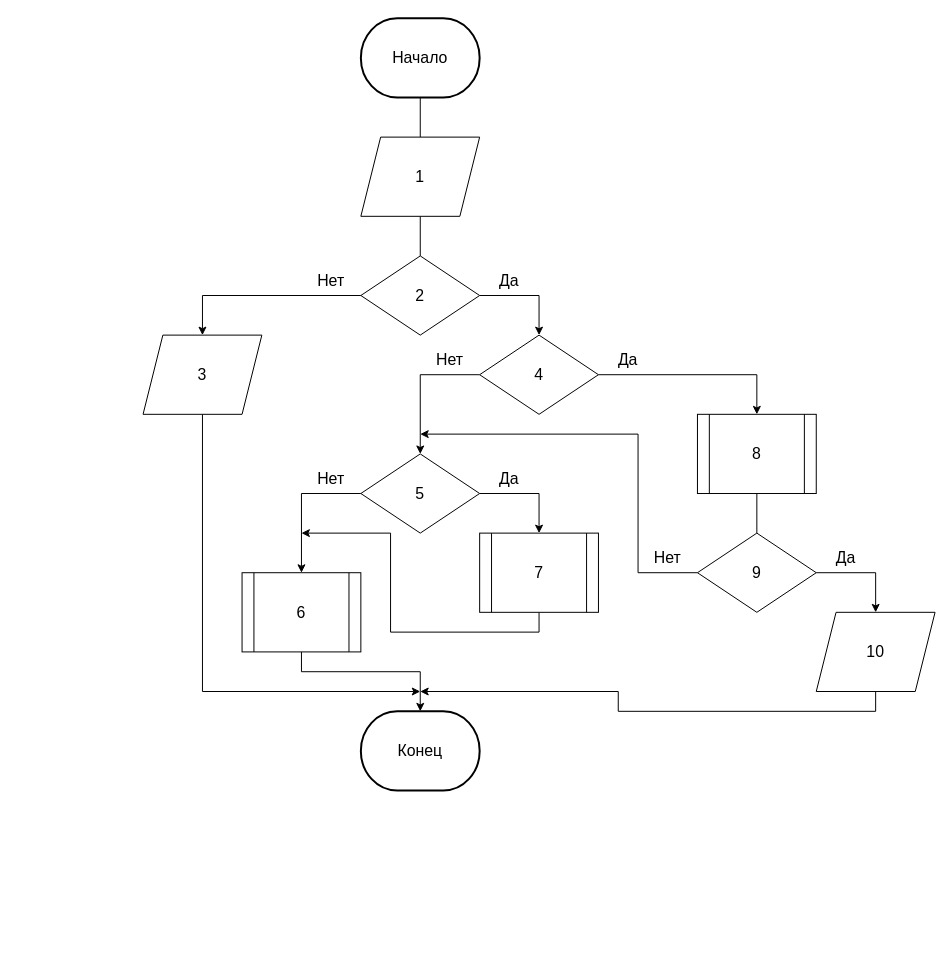
Earlier version of the draw.io diagram блок-схемы/рисунок 15.drawio (ZakharTS/kpo_course). Source tidied: cells renumbered, new cells numbered last; positions are measured from the earlier drawing's top-left corner, leaving out a move shared by most shapes. Both pictures are drawn from the tidied source at 99%, with x=0, y=0 at pixel (143, 18).
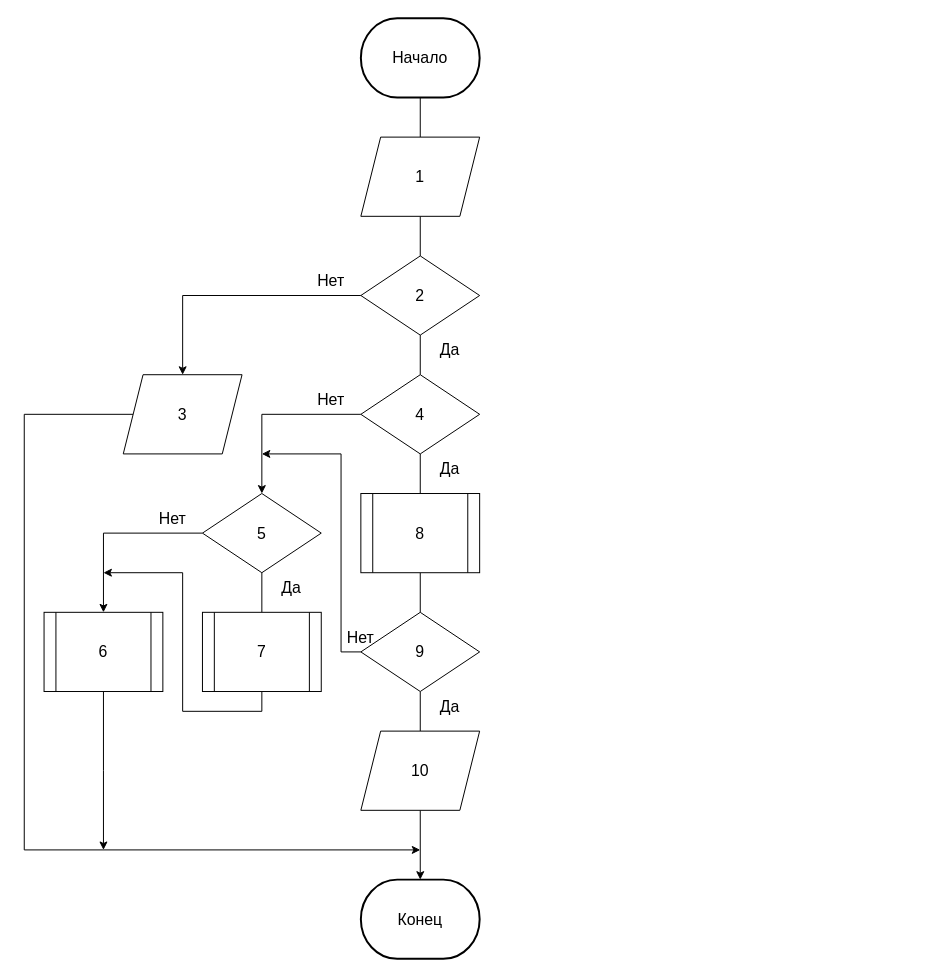
Above is the later version.

The change refers to these unchanged cells:
```xml
<mxCell id="6" value="2" style="rhombus;whiteSpace=wrap;html=1;fontSize=16;" parent="1" vertex="1">
  <mxGeometry x="220" y="240" width="120" height="80" as="geometry" />
</mxCell>
```

The edit, as a diff of the source:
```diff
@@
-    <mxCell id="4" style="edgeStyle=orthogonalEdgeStyle;rounded=0;jettySize=auto;html=1;entryX=0.5;entryY=0;entryDx=0;entryDy=0;fontSize=16;" parent="1" edge="1" source="6">
-      <mxGeometry relative="1" as="geometry">
-        <mxPoint x="400" y="320" as="targetPoint" />
-        <Array as="points">
-          <mxPoint x="400" y="280" />
-        </Array>
-      </mxGeometry>
-    </mxCell>
     <mxCell id="5" style="edgeStyle=orthogonalEdgeStyle;rounded=0;jettySize=auto;html=1;entryX=0.5;entryY=0;entryDx=0;entryDy=0;fontSize=16;" parent="1" edge="1" source="6" target="10">
       <mxGeometry relative="1" as="geometry">
         <Array as="points">
-          <mxPoint x="60" y="280" />
+          <mxPoint x="40" y="280" />
         </Array>
       </mxGeometry>
     </mxCell>
+    <mxCell id="37" style="edgeStyle=orthogonalEdgeStyle;rounded=0;jettySize=auto;html=1;entryX=0.5;entryY=0;entryDx=0;entryDy=0;endArrow=none;endFill=0;" parent="1" edge="1" source="6" target="13">
+      <mxGeometry relative="1" as="geometry" />
+    </mxCell>
@@
     <mxCell id="7" value="Да" style="text;html=1;strokeColor=none;fillColor=none;align=center;verticalAlign=middle;whiteSpace=wrap;rounded=0;fontSize=16;" parent="1" vertex="1">
-      <mxGeometry x="340" y="250" width="60" height="30" as="geometry" />
+      <mxGeometry x="280" y="320" width="60" height="30" as="geometry" />
     </mxCell>
@@
-    <mxCell id="9" style="edgeStyle=orthogonalEdgeStyle;rounded=0;jettySize=auto;html=1;fontSize=16;endArrow=classic;endFill=1;" parent="1" edge="1" source="10">
-      <mxGeometry relative="1" as="geometry">
-        <mxPoint x="280" y="680" as="targetPoint" />
-        <Array as="points">
-          <mxPoint x="60" y="680" />
-        </Array>
-      </mxGeometry>
-    </mxCell>
+    <mxCell id="38" style="edgeStyle=orthogonalEdgeStyle;rounded=0;jettySize=auto;html=1;endArrow=classic;endFill=1;" parent="1" edge="1" source="10">
+      <mxGeometry relative="1" as="geometry">
+        <mxPoint x="280" y="840" as="targetPoint" />
+        <Array as="points">
+          <mxPoint x="-120" y="400" />
+          <mxPoint x="-120" y="840" />
+          <mxPoint x="280" y="840" />
+        </Array>
+      </mxGeometry>
+    </mxCell>
     <mxCell id="10" value="3" style="shape=parallelogram;perimeter=parallelogramPerimeter;whiteSpace=wrap;html=1;fixedSize=1;fontSize=16;" parent="1" vertex="1">
-      <mxGeometry y="320" width="120" height="80" as="geometry" />
+      <mxGeometry x="-20" y="360" width="120" height="80" as="geometry" />
     </mxCell>
+    <mxCell id="12" style="edgeStyle=orthogonalEdgeStyle;rounded=0;jettySize=auto;html=1;fontSize=16;endArrow=classic;endFill=1;entryX=0.5;entryY=0;entryDx=0;entryDy=0;" parent="1" edge="1" source="13" target="23">
+      <mxGeometry relative="1" as="geometry">
+        <Array as="points">
+          <mxPoint x="120" y="400" />
+        </Array>
+      </mxGeometry>
+    </mxCell>
-    <mxCell id="11" style="edgeStyle=orthogonalEdgeStyle;rounded=0;jettySize=auto;html=1;entryX=0.5;entryY=0;entryDx=0;entryDy=0;fontSize=16;" parent="1" edge="1" source="13" target="17">
-      <mxGeometry relative="1" as="geometry">
-        <Array as="points">
-          <mxPoint x="620" y="360" />
-        </Array>
-      </mxGeometry>
+    <mxCell id="11" style="edgeStyle=orthogonalEdgeStyle;rounded=0;jettySize=auto;html=1;entryX=0.5;entryY=0;entryDx=0;entryDy=0;endArrow=none;endFill=0;" parent="1" edge="1" source="13" target="17">
+      <mxGeometry relative="1" as="geometry" />
     </mxCell>
-    <mxCell id="12" style="edgeStyle=orthogonalEdgeStyle;rounded=0;jettySize=auto;html=1;fontSize=16;endArrow=classic;endFill=1;entryX=0.5;entryY=0;entryDx=0;entryDy=0;" parent="1" edge="1" source="13" target="23">
-      <mxGeometry relative="1" as="geometry">
-        <Array as="points">
-          <mxPoint x="280" y="360" />
-        </Array>
-      </mxGeometry>
-    </mxCell>
     <mxCell id="13" value="4" style="rhombus;whiteSpace=wrap;html=1;fontSize=16;" parent="1" vertex="1">
-      <mxGeometry x="340" y="320" width="120" height="80" as="geometry" />
+      <mxGeometry x="220" y="360" width="120" height="80" as="geometry" />
     </mxCell>
     <mxCell id="14" value="Да" style="text;html=1;strokeColor=none;fillColor=none;align=center;verticalAlign=middle;whiteSpace=wrap;rounded=0;fontSize=16;" parent="1" vertex="1">
-      <mxGeometry x="460" y="330" width="60" height="30" as="geometry" />
+      <mxGeometry x="280" y="440" width="60" height="30" as="geometry" />
     </mxCell>
     <mxCell id="15" value="Нет" style="text;html=1;strokeColor=none;fillColor=none;align=center;verticalAlign=middle;whiteSpace=wrap;rounded=0;fontSize=16;" parent="1" vertex="1">
-      <mxGeometry x="280" y="330" width="60" height="30" as="geometry" />
+      <mxGeometry x="160" y="370" width="60" height="30" as="geometry" />
     </mxCell>
-    <mxCell id="16" style="edgeStyle=orthogonalEdgeStyle;rounded=0;jettySize=auto;html=1;entryX=0.5;entryY=0;entryDx=0;entryDy=0;fontSize=16;endArrow=none;endFill=0;" parent="1" edge="1" source="17" target="32">
+    <mxCell id="16" style="edgeStyle=orthogonalEdgeStyle;rounded=0;jettySize=auto;html=1;entryX=0.5;entryY=0;entryDx=0;entryDy=0;endArrow=none;endFill=0;" parent="1" edge="1" source="17" target="32">
       <mxGeometry relative="1" as="geometry" />
     </mxCell>
     <mxCell id="17" value="8" style="shape=process;whiteSpace=wrap;html=1;backgroundOutline=1;fontSize=16;" parent="1" vertex="1">
-      <mxGeometry x="560" y="400" width="120" height="80" as="geometry" />
+      <mxGeometry x="220" y="480" width="120" height="80" as="geometry" />
     </mxCell>
     <mxCell id="18" value="&lt;font style=&quot;font-size: 16px;&quot;&gt;Конец&lt;/font&gt;" style="strokeWidth=2;html=1;shape=mxgraph.flowchart.terminator;whiteSpace=wrap;" parent="1" vertex="1">
-      <mxGeometry x="220" y="700" width="120" height="80" as="geometry" />
+      <mxGeometry x="220" y="870" width="120" height="80" as="geometry" />
     </mxCell>
@@
-    <mxCell id="21" style="edgeStyle=orthogonalEdgeStyle;rounded=0;jettySize=auto;html=1;entryX=0.5;entryY=0;entryDx=0;entryDy=0;fontSize=16;" parent="1" edge="1" source="23">
-      <mxGeometry relative="1" as="geometry">
-        <mxPoint x="400" y="520" as="targetPoint" />
-        <Array as="points">
-          <mxPoint x="400" y="480" />
-        </Array>
-      </mxGeometry>
-    </mxCell>
+    <mxCell id="39" style="edgeStyle=orthogonalEdgeStyle;rounded=0;jettySize=auto;html=1;entryX=0.5;entryY=0;entryDx=0;entryDy=0;endArrow=none;endFill=0;" parent="1" edge="1" source="23" target="29">
+      <mxGeometry relative="1" as="geometry" />
+    </mxCell>
-    <mxCell id="22" style="edgeStyle=orthogonalEdgeStyle;rounded=0;jettySize=auto;html=1;fontSize=16;endArrow=classic;endFill=1;entryX=0.5;entryY=0;entryDx=0;entryDy=0;" parent="1" edge="1" source="23" target="27">
-      <mxGeometry relative="1" as="geometry">
-        <Array as="points">
-          <mxPoint x="160" y="480" />
-        </Array>
-      </mxGeometry>
+    <mxCell id="22" style="edgeStyle=orthogonalEdgeStyle;rounded=0;jettySize=auto;html=1;entryX=0.5;entryY=0;entryDx=0;entryDy=0;endArrow=classic;endFill=1;" parent="1" edge="1" source="23" target="27">
+      <mxGeometry relative="1" as="geometry" />
     </mxCell>
     <mxCell id="23" value="&lt;div&gt;5&lt;/div&gt;" style="rhombus;whiteSpace=wrap;html=1;fontSize=16;" parent="1" vertex="1">
-      <mxGeometry x="220" y="440" width="120" height="80" as="geometry" />
+      <mxGeometry x="60" y="480" width="120" height="80" as="geometry" />
     </mxCell>
     <mxCell id="24" value="Да" style="text;html=1;strokeColor=none;fillColor=none;align=center;verticalAlign=middle;whiteSpace=wrap;rounded=0;fontSize=16;" parent="1" vertex="1">
-      <mxGeometry x="340" y="450" width="60" height="30" as="geometry" />
+      <mxGeometry x="120" y="560" width="60" height="30" as="geometry" />
     </mxCell>
     <mxCell id="25" value="Нет" style="text;html=1;strokeColor=none;fillColor=none;align=center;verticalAlign=middle;whiteSpace=wrap;rounded=0;fontSize=16;" parent="1" vertex="1">
-      <mxGeometry x="160" y="450" width="60" height="30" as="geometry" />
+      <mxGeometry y="490" width="60" height="30" as="geometry" />
     </mxCell>
-    <mxCell id="26" style="edgeStyle=orthogonalEdgeStyle;rounded=0;jettySize=auto;html=1;entryX=0.5;entryY=0;entryDx=0;entryDy=0;entryPerimeter=0;fontSize=16;endArrow=classic;endFill=1;" parent="1" edge="1" source="27" target="18">
-      <mxGeometry relative="1" as="geometry">
-        <Array as="points">
-          <mxPoint x="160" y="660" />
-          <mxPoint x="280" y="660" />
-        </Array>
-      </mxGeometry>
-    </mxCell>
+    <mxCell id="40" style="edgeStyle=orthogonalEdgeStyle;rounded=0;jettySize=auto;html=1;endArrow=classic;endFill=1;" parent="1" edge="1" source="27">
+      <mxGeometry relative="1" as="geometry">
+        <mxPoint x="-40" y="840" as="targetPoint" />
+      </mxGeometry>
+    </mxCell>
     <mxCell id="27" value="6" style="shape=process;whiteSpace=wrap;html=1;backgroundOutline=1;fontSize=16;" parent="1" vertex="1">
-      <mxGeometry x="100" y="560" width="120" height="80" as="geometry" />
+      <mxGeometry x="-100" y="600" width="120" height="80" as="geometry" />
     </mxCell>
-    <mxCell id="28" style="edgeStyle=orthogonalEdgeStyle;rounded=0;jettySize=auto;html=1;fontSize=16;endArrow=classic;endFill=1;" parent="1" edge="1" source="29">
-      <mxGeometry relative="1" as="geometry">
-        <mxPoint x="160" y="520" as="targetPoint" />
-        <Array as="points">
-          <mxPoint x="400" y="620" />
-          <mxPoint x="250" y="620" />
-          <mxPoint x="250" y="520" />
-        </Array>
-      </mxGeometry>
-    </mxCell>
+    <mxCell id="41" style="edgeStyle=orthogonalEdgeStyle;rounded=0;jettySize=auto;html=1;endArrow=classic;endFill=1;" parent="1" edge="1" source="29">
+      <mxGeometry relative="1" as="geometry">
+        <mxPoint x="-40" y="560" as="targetPoint" />
+        <Array as="points">
+          <mxPoint x="120" y="700" />
+          <mxPoint x="40" y="700" />
+          <mxPoint x="40" y="560" />
+        </Array>
+      </mxGeometry>
+    </mxCell>
     <mxCell id="29" value="7" style="shape=process;whiteSpace=wrap;html=1;backgroundOutline=1;fontSize=16;" parent="1" vertex="1">
-      <mxGeometry x="340" y="520" width="120" height="80" as="geometry" />
+      <mxGeometry x="60" y="600" width="120" height="80" as="geometry" />
     </mxCell>
-    <mxCell id="30" style="edgeStyle=orthogonalEdgeStyle;rounded=0;jettySize=auto;html=1;fontSize=16;endArrow=classic;endFill=1;" parent="1" edge="1" source="32">
-      <mxGeometry relative="1" as="geometry">
-        <mxPoint x="280" y="420" as="targetPoint" />
-        <Array as="points">
-          <mxPoint x="500" y="560" />
-          <mxPoint x="500" y="420" />
-        </Array>
-      </mxGeometry>
-    </mxCell>
-    <mxCell id="31" style="edgeStyle=orthogonalEdgeStyle;rounded=0;jettySize=auto;html=1;exitX=1;exitY=0.5;exitDx=0;exitDy=0;entryX=0.5;entryY=0;entryDx=0;entryDy=0;fontSize=16;endArrow=classic;endFill=1;" parent="1" edge="1" source="32" target="36">
+    <mxCell id="31" style="edgeStyle=orthogonalEdgeStyle;rounded=0;jettySize=auto;html=1;entryX=0.5;entryY=0;entryDx=0;entryDy=0;endArrow=none;endFill=0;" parent="1" edge="1" source="32" target="36">
       <mxGeometry relative="1" as="geometry" />
     </mxCell>
+    <mxCell id="42" style="edgeStyle=orthogonalEdgeStyle;rounded=0;jettySize=auto;html=1;endArrow=classic;endFill=1;" parent="1" edge="1" source="32">
+      <mxGeometry relative="1" as="geometry">
+        <mxPoint x="120" y="440" as="targetPoint" />
+        <Array as="points">
+          <mxPoint x="200" y="640" />
+          <mxPoint x="200" y="440" />
+        </Array>
+      </mxGeometry>
+    </mxCell>
     <mxCell id="32" value="9" style="rhombus;whiteSpace=wrap;html=1;fontSize=16;" parent="1" vertex="1">
-      <mxGeometry x="560" y="520" width="120" height="80" as="geometry" />
+      <mxGeometry x="220" y="600" width="120" height="80" as="geometry" />
     </mxCell>
     <mxCell id="33" value="Да" style="text;html=1;strokeColor=none;fillColor=none;align=center;verticalAlign=middle;whiteSpace=wrap;rounded=0;fontSize=16;" parent="1" vertex="1">
-      <mxGeometry x="680" y="530" width="60" height="30" as="geometry" />
+      <mxGeometry x="280" y="680" width="60" height="30" as="geometry" />
     </mxCell>
     <mxCell id="34" value="Нет" style="text;html=1;strokeColor=none;fillColor=none;align=center;verticalAlign=middle;whiteSpace=wrap;rounded=0;fontSize=16;" parent="1" vertex="1">
-      <mxGeometry x="500" y="530" width="60" height="30" as="geometry" />
+      <mxGeometry x="190" y="610" width="60" height="30" as="geometry" />
     </mxCell>
-    <mxCell id="35" style="edgeStyle=orthogonalEdgeStyle;rounded=0;jettySize=auto;html=1;fontSize=16;endArrow=classic;endFill=1;" parent="1" edge="1" source="36">
-      <mxGeometry relative="1" as="geometry">
-        <mxPoint x="280" y="680" as="targetPoint" />
-        <Array as="points">
-          <mxPoint x="740" y="700" />
-          <mxPoint x="480" y="700" />
-          <mxPoint x="480" y="680" />
-        </Array>
-      </mxGeometry>
-    </mxCell>
+    <mxCell id="43" style="edgeStyle=orthogonalEdgeStyle;rounded=0;jettySize=auto;html=1;entryX=0.5;entryY=0;entryDx=0;entryDy=0;entryPerimeter=0;endArrow=classic;endFill=1;" parent="1" edge="1" source="36" target="18">
+      <mxGeometry relative="1" as="geometry" />
+    </mxCell>
     <mxCell id="36" value="10" style="shape=parallelogram;perimeter=parallelogramPerimeter;whiteSpace=wrap;html=1;fixedSize=1;fontSize=16;" parent="1" vertex="1">
-      <mxGeometry x="680" y="600" width="120" height="80" as="geometry" />
+      <mxGeometry x="220" y="720" width="120" height="80" as="geometry" />
     </mxCell>
```
